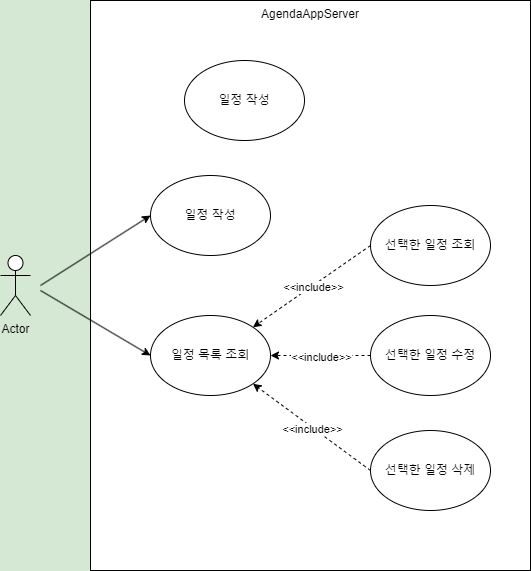
Before: UseCaseDiagram.drawio.png, a diagram exported from draw.io (ysy56/agendaAppServer). Source tidied: cells renumbered, new cells last; positions are measured from the earlier drawing's top-left corner, leaving out a move shared by most shapes.
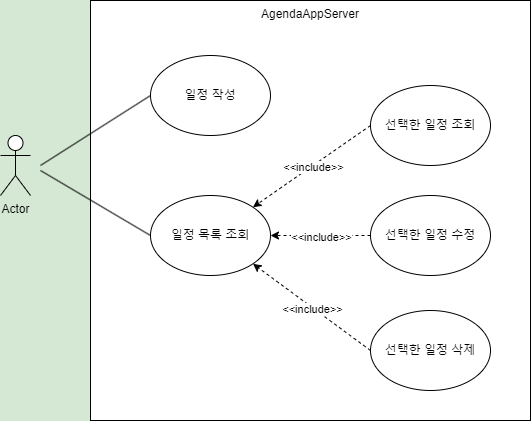
The same file after the commit.

Change to the diagram source:
```diff
@@ -3,14 +3,14 @@
     <mxCell id="0" />
     <mxCell id="1" parent="0" />
     <mxCell id="2" value="AgendaAppServer" style="rounded=0;whiteSpace=wrap;html=1;verticalAlign=top;" parent="1" vertex="1">
-      <mxGeometry x="90" width="440" height="570" as="geometry" />
+      <mxGeometry x="90" y="120" width="440" height="420" as="geometry" />
     </mxCell>
-    <mxCell id="3" style="rounded=0;jettySize=auto;html=1;entryX=0;entryY=0.5;entryDx=0;entryDy=0;" parent="1" edge="1" target="6">
+    <mxCell id="3" style="rounded=0;jettySize=auto;html=1;entryX=0;entryY=0.5;entryDx=0;entryDy=0;endArrow=none;endFill=0;" parent="1" edge="1" target="6">
       <mxGeometry relative="1" as="geometry">
         <mxPoint x="40" y="285" as="sourcePoint" />
       </mxGeometry>
     </mxCell>
-    <mxCell id="4" style="rounded=0;jettySize=auto;html=1;entryX=0;entryY=0.5;entryDx=0;entryDy=0;" parent="1" edge="1" target="7">
+    <mxCell id="4" style="rounded=0;jettySize=auto;html=1;entryX=0;entryY=0.5;entryDx=0;entryDy=0;endArrow=none;endFill=0;" parent="1" edge="1" target="7">
       <mxGeometry relative="1" as="geometry">
         <mxPoint x="40" y="290" as="sourcePoint" />
       </mxGeometry>
@@ -51,8 +51,5 @@
     <mxCell id="16" value="&amp;lt;&amp;lt;include&amp;gt;&amp;gt;" style="edgeLabel;html=1;align=center;verticalAlign=middle;" parent="15" vertex="1">
       <mxGeometry x="-0.01" y="1" relative="1" as="geometry" />
     </mxCell>
-    <mxCell id="17" value="일정 작성" style="ellipse;whiteSpace=wrap;html=1;" parent="1" vertex="1">
-      <mxGeometry x="184" y="60" width="120" height="80" as="geometry" />
-    </mxCell>
   </root>
 </mxGraphModel>
```
